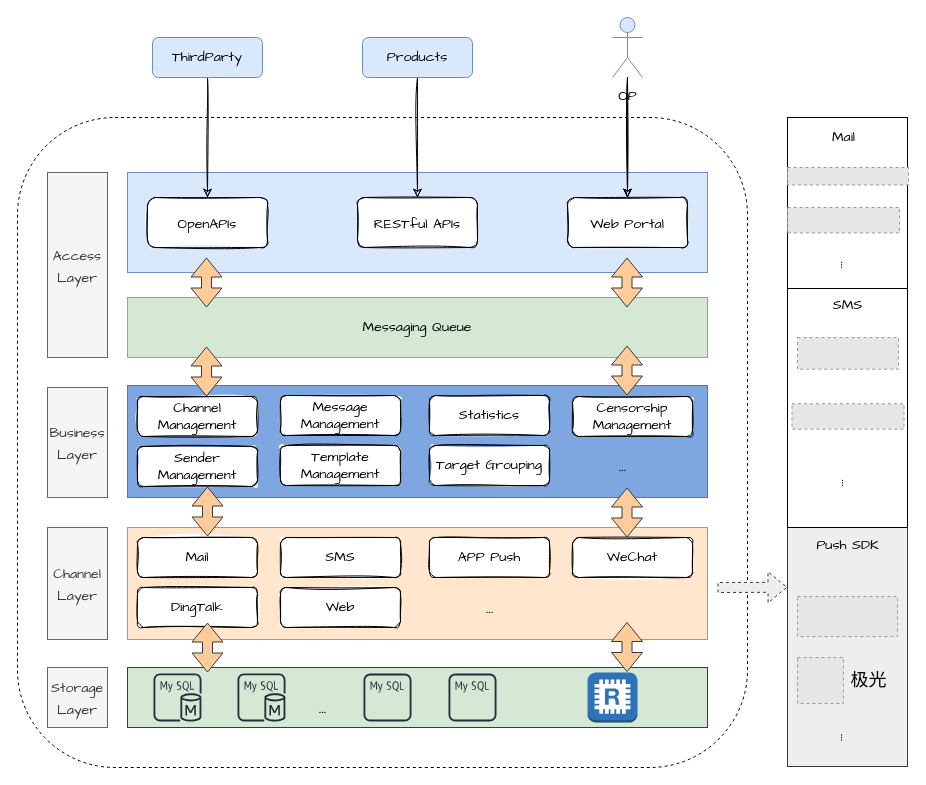
Before: MSP.drawio in yindongjun/gangzhang.github.io, a draw.io diagram. Source tidied: cells renumbered, new cells numbered last; positions are measured from the earlier drawing's top-left corner, leaving out a move shared by most shapes. Both pictures are drawn from the tidied source at 100%, with x=0, y=0 at pixel (17, 17). Pictures stored in the file or linked from it are replaced by grey dashed boxes.
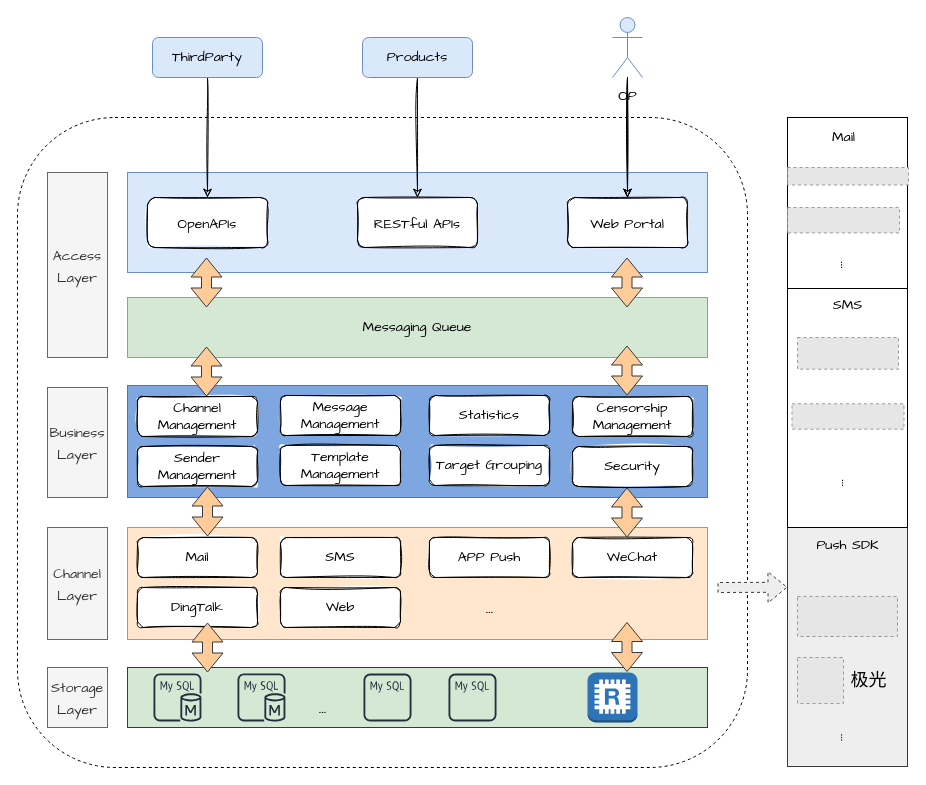
The same diagram, later.

The edit, as a diff of the source:
```diff
@@
-    <mxCell id="24" value="&lt;font style=&quot;font-size: 18px;&quot;&gt;...&lt;/font&gt;" style="text;html=1;align=center;verticalAlign=middle;strokeColor=none;fillColor=none;fontSize=14;fontFamily=Comic Sans MS;" parent="1" vertex="1">
-      <mxGeometry x="590" y="438" width="30" height="20" as="geometry" />
-    </mxCell>
@@
+    <mxCell id="68" value="Security" style="rounded=1;whiteSpace=wrap;html=1;sketch=1;fontFamily=Comic Sans MS;fontSize=14;fillColor=default;" parent="1" vertex="1">
+      <mxGeometry x="555" y="429" width="120" height="40" as="geometry" />
+    </mxCell>
```
